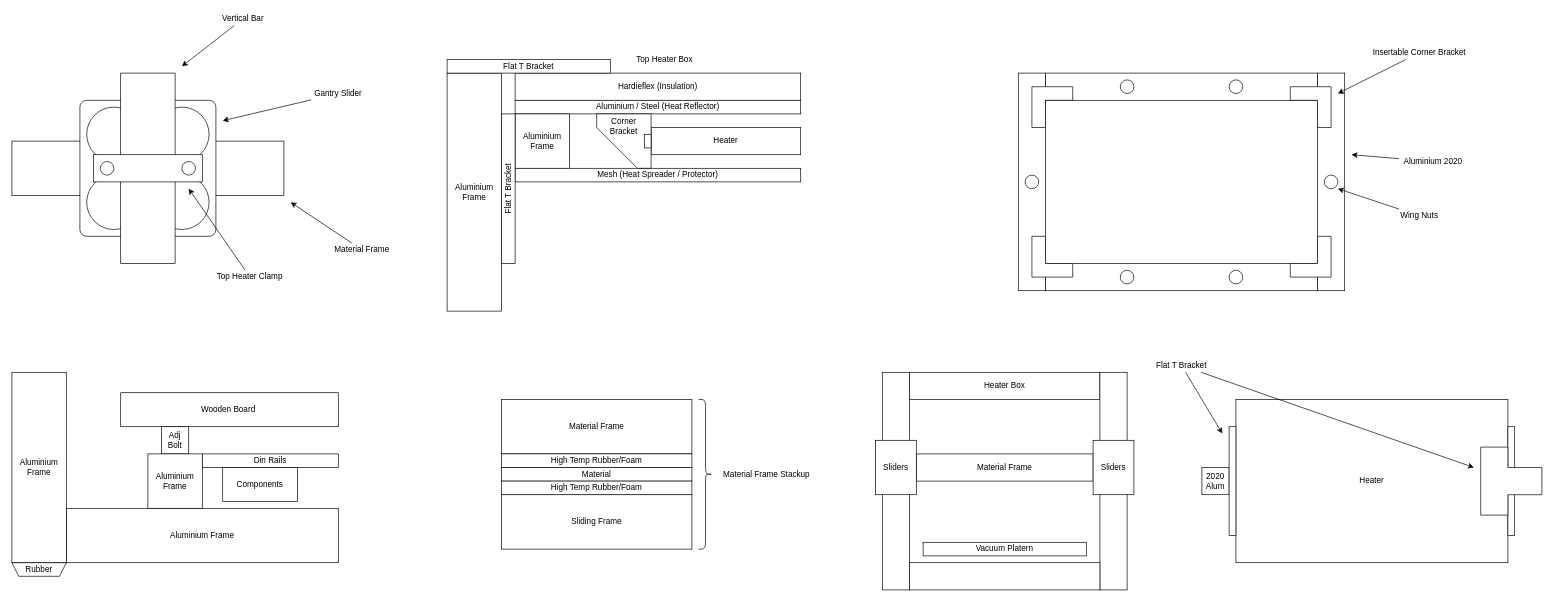
Before: page "Brainstorm" (2 of 4) of Documents/Vacuum Former V5-1.drawio in XCR1793/Vacuum-Former, a draw.io diagram. Source tidied: cells renumbered, new cells numbered last; positions are measured from the earlier drawing's top-left corner, leaving out a move shared by most shapes. Both pictures are drawn from the tidied source at 68%, with x=0, y=0 at pixel (12, 12).
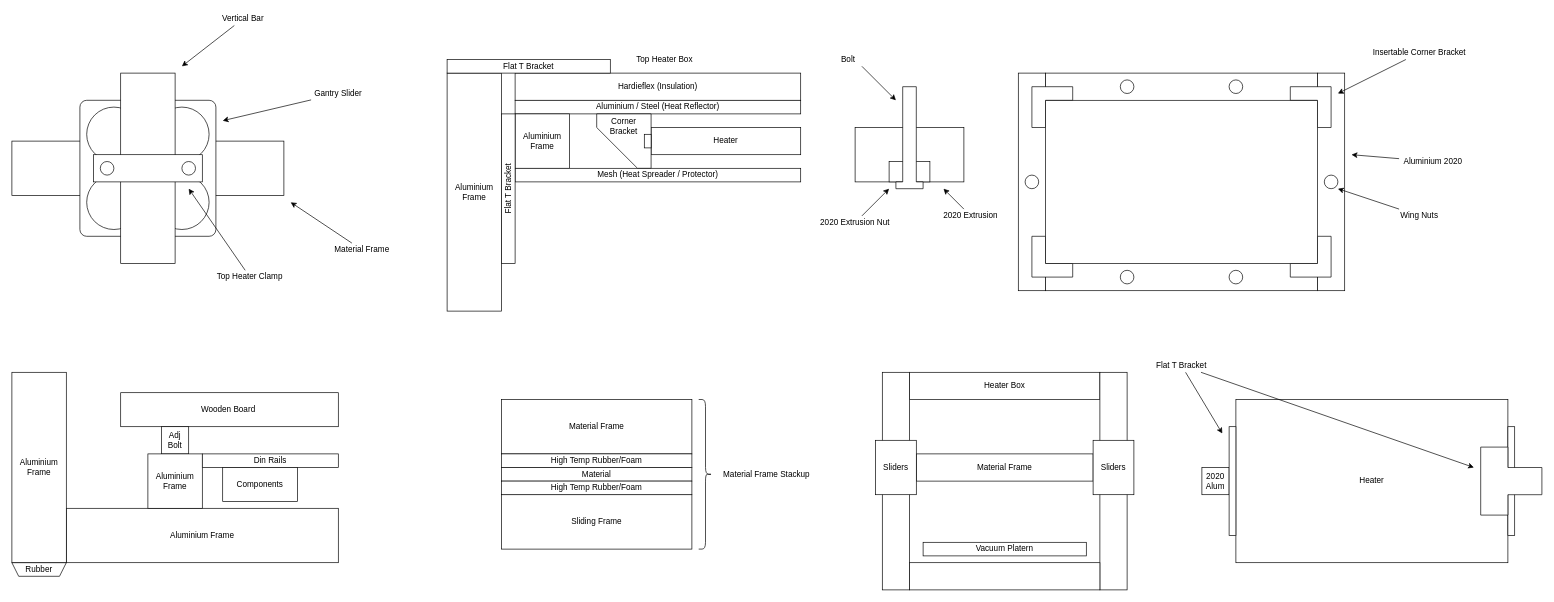
Above is the later version.

Commit message (it also covers changes not shown here):
Added Material Frame CAD

What changed in the source:
```diff
@@
+    <mxCell id="82" style="rounded=0;whiteSpace=wrap;html=1;" parent="1" vertex="1">
+      <mxGeometry x="1240" y="170" width="160" height="80" as="geometry" />
+    </mxCell>
+    <mxCell id="83" style="rounded=0;whiteSpace=wrap;html=1;" parent="1" vertex="1">
+      <mxGeometry x="1290" y="220" width="60" height="30" as="geometry" />
+    </mxCell>
+    <mxCell id="84" style="shape=tee;whiteSpace=wrap;html=1;direction=west;dx=20;dy=10;" parent="1" vertex="1">
+      <mxGeometry x="1300" y="110" width="40" height="150" as="geometry" />
+    </mxCell>
+    <mxCell id="85" style="endArrow=classic;html=1;rounded=0;" parent="1" edge="1">
+      <mxGeometry relative="1" as="geometry">
+        <mxPoint x="1250" y="80" as="sourcePoint" />
+        <mxPoint x="1300" y="130" as="targetPoint" />
+      </mxGeometry>
+    </mxCell>
+    <mxCell id="86" value="Bolt" style="text;html=1;align=center;verticalAlign=middle;whiteSpace=wrap;rounded=0;" parent="1" vertex="1">
+      <mxGeometry x="1210" y="60" width="40" height="20" as="geometry" />
+    </mxCell>
+    <mxCell id="87" value="2020 Extrusion Nut" style="text;html=1;align=center;verticalAlign=middle;whiteSpace=wrap;rounded=0;" parent="1" vertex="1">
+      <mxGeometry x="1180" y="300" width="120" height="20" as="geometry" />
+    </mxCell>
+    <mxCell id="88" style="endArrow=classic;html=1;rounded=0;" parent="1" edge="1" source="87">
+      <mxGeometry relative="1" as="geometry">
+        <mxPoint x="1290" y="260" as="targetPoint" />
+      </mxGeometry>
+    </mxCell>
+    <mxCell id="89" value="2020 Extrusion" style="text;html=1;align=center;verticalAlign=middle;whiteSpace=wrap;rounded=0;" parent="1" vertex="1">
+      <mxGeometry x="1360" y="290" width="100" height="20" as="geometry" />
+    </mxCell>
+    <mxCell id="90" style="endArrow=classic;html=1;rounded=0;" parent="1" edge="1" source="89">
+      <mxGeometry relative="1" as="geometry">
+        <mxPoint x="1370" y="260" as="targetPoint" />
+      </mxGeometry>
+    </mxCell>
```
